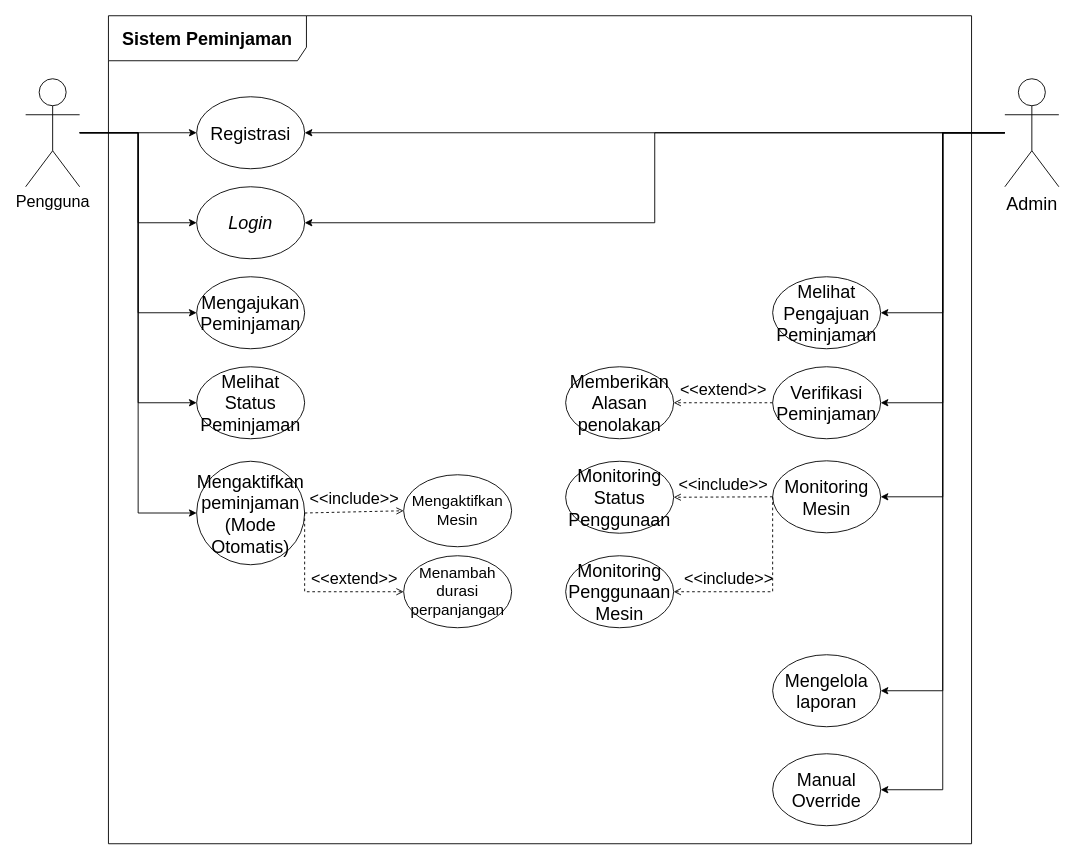
murtianggraeni/TugasAkhir_Flowchart keeps this draw.io diagram as page "Salinan Use Case" (28 of 42) of Diagram Aktivitas Admin.drawio.xml. Above is the earlier version. Source tidied: cells renumbered, new cells numbered last; positions are measured from the earlier drawing's top-left corner, leaving out a move shared by most shapes. Both pictures are drawn from the tidied source at 90%, with x=0, y=0 at pixel (25, 15).
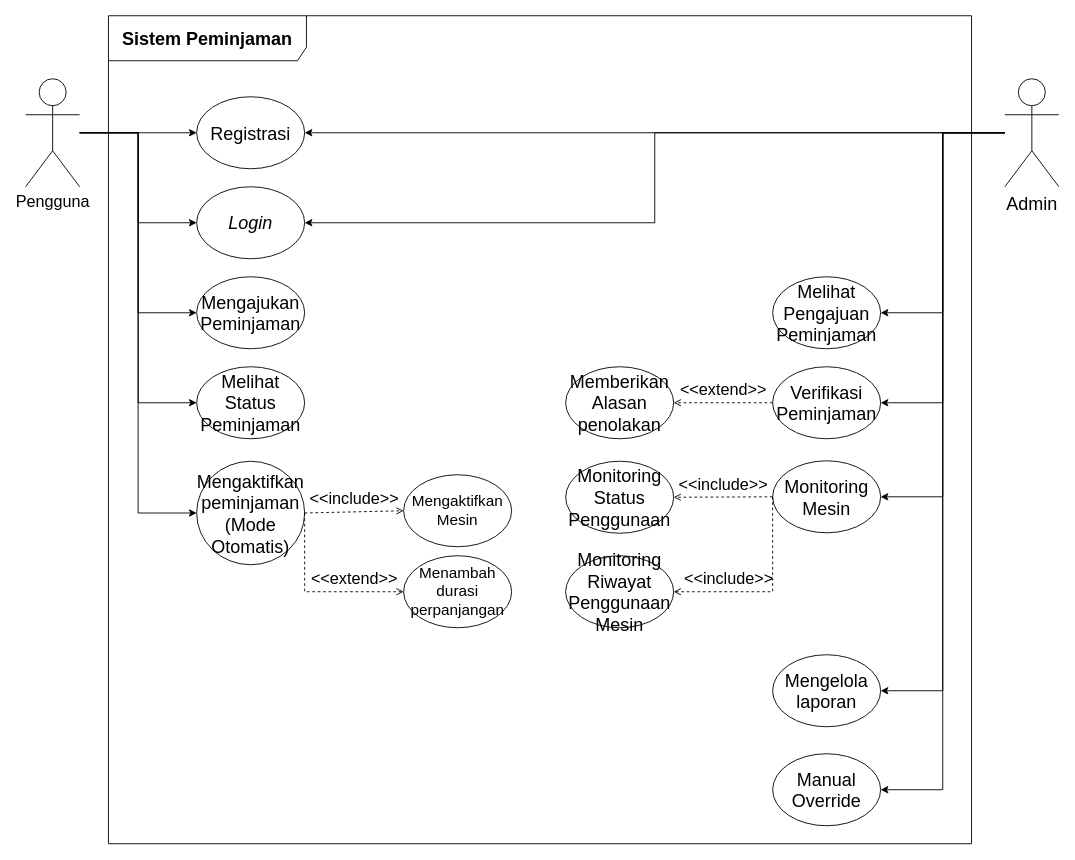
Above is the later version.

What changed in the source:
```diff
@@
-    <mxCell id="33" value="&lt;font style=&quot;font-size: 20px;&quot;&gt;Monitoring Penggunaan Mesin&lt;/font&gt;" style="ellipse;whiteSpace=wrap;html=1;" parent="1" vertex="1">
+    <mxCell id="33" value="&lt;font style=&quot;font-size: 20px;&quot;&gt;Monitoring Riwayat Penggunaan Mesin&lt;/font&gt;" style="ellipse;whiteSpace=wrap;html=1;" parent="1" vertex="1">
       <mxGeometry x="600" y="600" width="120" height="80" as="geometry" />
     </mxCell>
```
